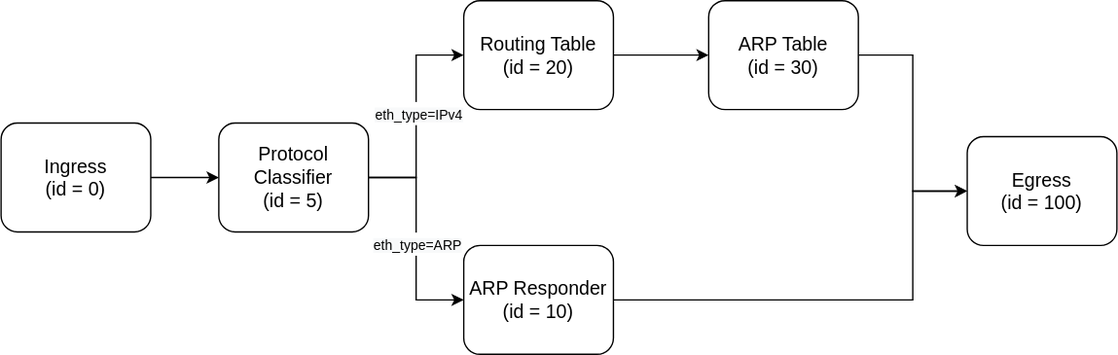
This is doc/images/pipeline.drawio.svg from shu1r0/ryu_based_simple_router, a draw.io export, as it was before one commit. Source tidied: cells renumbered, new cells last; positions are measured from the earlier drawing's top-left corner, leaving out a move shared by most shapes.
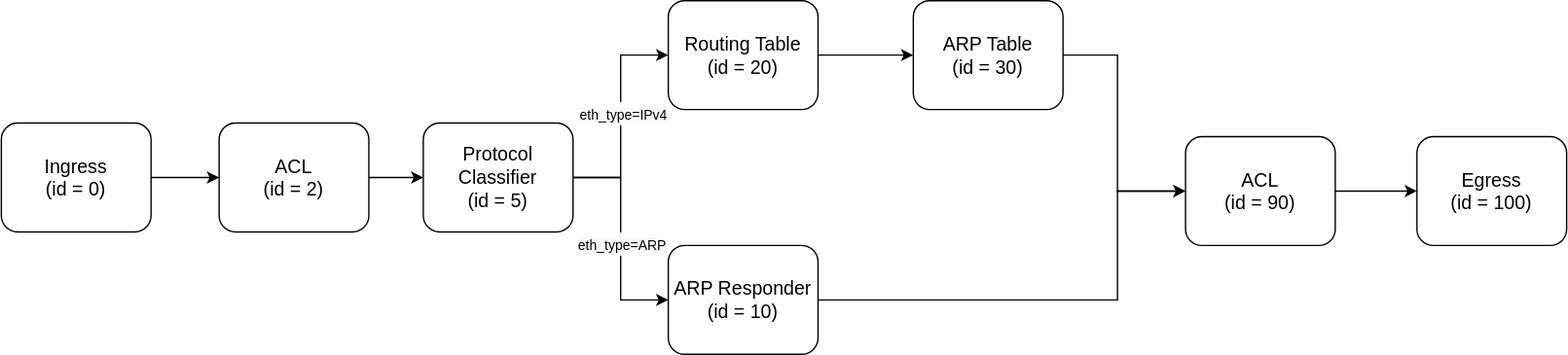
After the commit.

What changed in the source:
```diff
@@ -2,13 +2,13 @@
   <root>
     <mxCell id="0" />
     <mxCell id="1" parent="0" />
-    <mxCell id="2" style="edgeStyle=orthogonalEdgeStyle;rounded=0;jettySize=auto;html=1;exitX=1;exitY=0.5;exitDx=0;exitDy=0;entryX=0;entryY=0.5;entryDx=0;entryDy=0;fontSize=14;" parent="1" edge="1" source="3" target="15">
+    <mxCell id="2" style="edgeStyle=orthogonalEdgeStyle;rounded=0;jettySize=auto;html=1;exitX=1;exitY=0.5;exitDx=0;exitDy=0;fontSize=14;entryX=0;entryY=0.5;entryDx=0;entryDy=0;entryPerimeter=0;" parent="1" edge="1" source="3" target="17">
       <mxGeometry relative="1" as="geometry" />
     </mxCell>
     <mxCell id="3" value="Ingress&lt;br style=&quot;font-size: 14px&quot;&gt;(id = 0)" style="rounded=1;whiteSpace=wrap;html=1;strokeWidth=1;perimeterSpacing=0;fontSize=14;" parent="1" vertex="1">
-      <mxGeometry y="90" width="110" height="80" as="geometry" />
+      <mxGeometry x="-150" y="90" width="110" height="80" as="geometry" />
     </mxCell>
-    <mxCell id="4" style="edgeStyle=orthogonalEdgeStyle;rounded=0;jettySize=auto;html=1;entryX=0;entryY=0.5;entryDx=0;entryDy=0;fontSize=14;" parent="1" edge="1" source="5" target="6">
+    <mxCell id="4" style="edgeStyle=orthogonalEdgeStyle;rounded=0;jettySize=auto;html=1;fontSize=14;entryX=0;entryY=0.5;entryDx=0;entryDy=0;" parent="1" edge="1" source="5" target="19">
       <mxGeometry relative="1" as="geometry">
         <Array as="points">
           <mxPoint x="670" y="40" />
@@ -20,7 +20,7 @@
       <mxGeometry x="520" width="110" height="80" as="geometry" />
     </mxCell>
     <mxCell id="6" value="Egress&lt;br style=&quot;font-size: 14px&quot;&gt;(id = 100)" style="rounded=1;whiteSpace=wrap;html=1;strokeWidth=1;perimeterSpacing=0;fontSize=14;" parent="1" vertex="1">
-      <mxGeometry x="710" y="100" width="110" height="80" as="geometry" />
+      <mxGeometry x="890" y="100" width="110" height="80" as="geometry" />
     </mxCell>
     <mxCell id="7" style="edgeStyle=orthogonalEdgeStyle;rounded=0;jettySize=auto;html=1;entryX=0;entryY=0.5;entryDx=0;entryDy=0;fontSize=14;" parent="1" edge="1" source="8" target="5">
       <mxGeometry relative="1" as="geometry" />
@@ -28,7 +28,7 @@
     <mxCell id="8" value="Routing Table&lt;br style=&quot;font-size: 14px&quot;&gt;(id = 20)" style="rounded=1;whiteSpace=wrap;html=1;strokeWidth=1;perimeterSpacing=0;fontSize=14;" parent="1" vertex="1">
       <mxGeometry x="340" width="110" height="80" as="geometry" />
     </mxCell>
-    <mxCell id="9" style="edgeStyle=orthogonalEdgeStyle;rounded=0;jettySize=auto;html=1;entryX=0;entryY=0.5;entryDx=0;entryDy=0;fontSize=14;" parent="1" edge="1" source="10" target="6">
+    <mxCell id="9" style="edgeStyle=orthogonalEdgeStyle;rounded=0;jettySize=auto;html=1;fontSize=14;entryX=0;entryY=0.5;entryDx=0;entryDy=0;" parent="1" edge="1" source="10" target="19">
       <mxGeometry relative="1" as="geometry">
         <Array as="points">
           <mxPoint x="670" y="220" />
@@ -56,5 +56,17 @@
     <mxCell id="15" value="Protocol Classifier&lt;br style=&quot;font-size: 14px&quot;&gt;(id = 5)" style="rounded=1;whiteSpace=wrap;html=1;strokeWidth=1;perimeterSpacing=0;fontSize=14;" parent="1" vertex="1">
       <mxGeometry x="160" y="90" width="110" height="80" as="geometry" />
     </mxCell>
+    <mxCell id="16" style="edgeStyle=orthogonalEdgeStyle;rounded=0;jettySize=auto;html=1;exitX=1;exitY=0.5;exitDx=0;exitDy=0;entryX=0;entryY=0.5;entryDx=0;entryDy=0;" parent="1" edge="1" source="17" target="15">
+      <mxGeometry relative="1" as="geometry" />
+    </mxCell>
+    <mxCell id="17" value="ACL&lt;br style=&quot;font-size: 14px&quot;&gt;(id = 2)" style="rounded=1;whiteSpace=wrap;html=1;strokeWidth=1;perimeterSpacing=0;fontSize=14;" parent="1" vertex="1">
+      <mxGeometry x="10" y="90" width="110" height="80" as="geometry" />
+    </mxCell>
+    <mxCell id="18" style="edgeStyle=orthogonalEdgeStyle;rounded=0;jettySize=auto;html=1;exitX=1;exitY=0.5;exitDx=0;exitDy=0;entryX=0;entryY=0.5;entryDx=0;entryDy=0;" parent="1" edge="1" source="19" target="6">
+      <mxGeometry relative="1" as="geometry" />
+    </mxCell>
+    <mxCell id="19" value="ACL&lt;br style=&quot;font-size: 14px&quot;&gt;(id = 90)" style="rounded=1;whiteSpace=wrap;html=1;strokeWidth=1;perimeterSpacing=0;fontSize=14;" parent="1" vertex="1">
+      <mxGeometry x="720" y="100" width="110" height="80" as="geometry" />
+    </mxCell>
   </root>
 </mxGraphModel>
```
